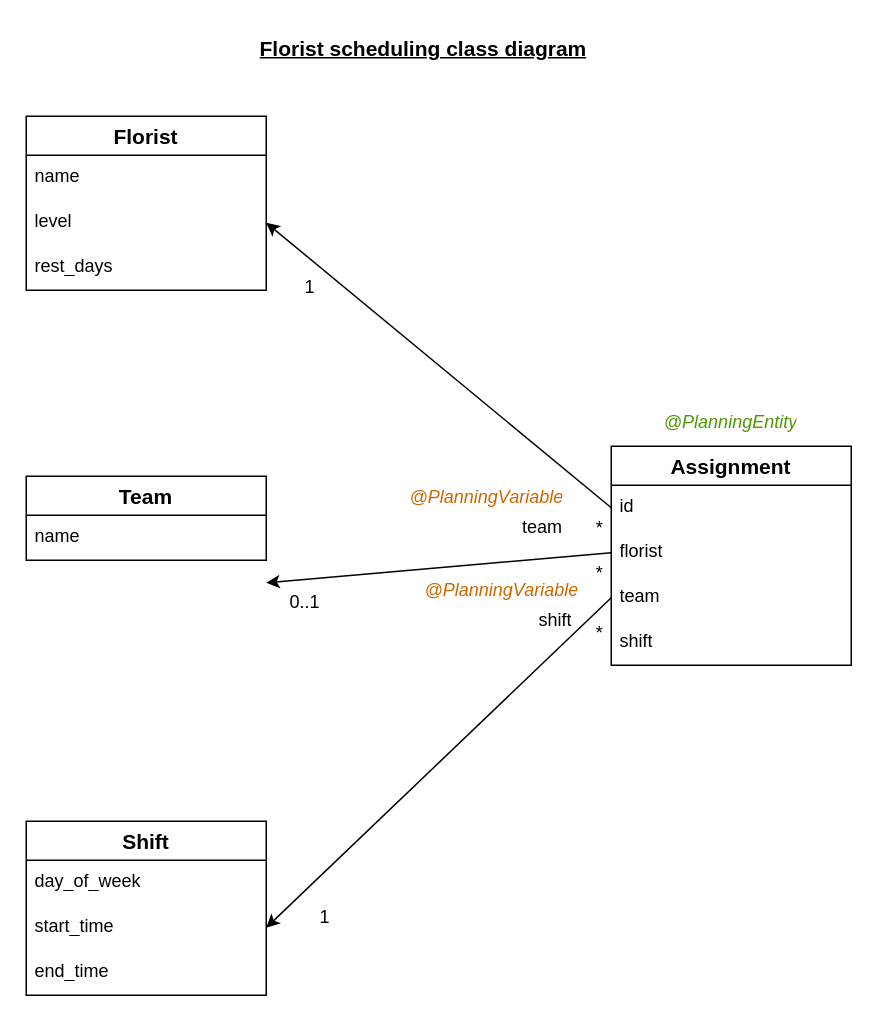
Before: diagram.drawio in yewshanooi-tech/scheduling, a draw.io diagram. Source tidied: cells renumbered, new cells numbered last; positions are measured from the earlier drawing's top-left corner, leaving out a move shared by most shapes. Both pictures are drawn from the tidied source at 150%, with x=0, y=0 at pixel (26, 26).
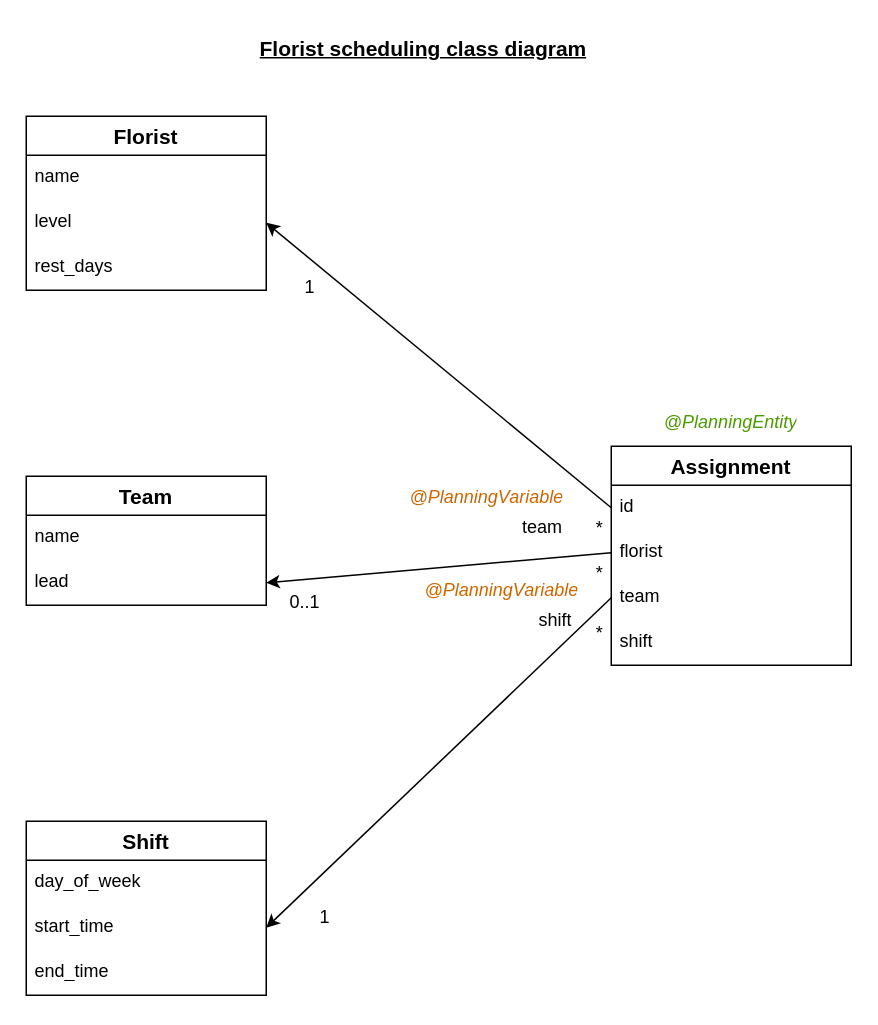
The same diagram, later.

What changed in the source:
```diff
@@
     <mxCell id="11" value="Team" style="swimlane;fontStyle=1;horizontal=1;startSize=26;align=center;fontSize=14;" parent="1" vertex="1">
-      <mxGeometry y="300" width="160" height="56" as="geometry" />
+      <mxGeometry y="300" width="160" height="86" as="geometry" />
     </mxCell>
@@
+    <mxCell id="32" value="lead" style="text;strokeColor=none;fillColor=none;spacingLeft=4;spacingRight=4;overflow=hidden;fontSize=12;whiteSpace=wrap;html=1;" parent="11" vertex="1">
+      <mxGeometry y="56" width="160" height="30" as="geometry" />
+    </mxCell>
```
